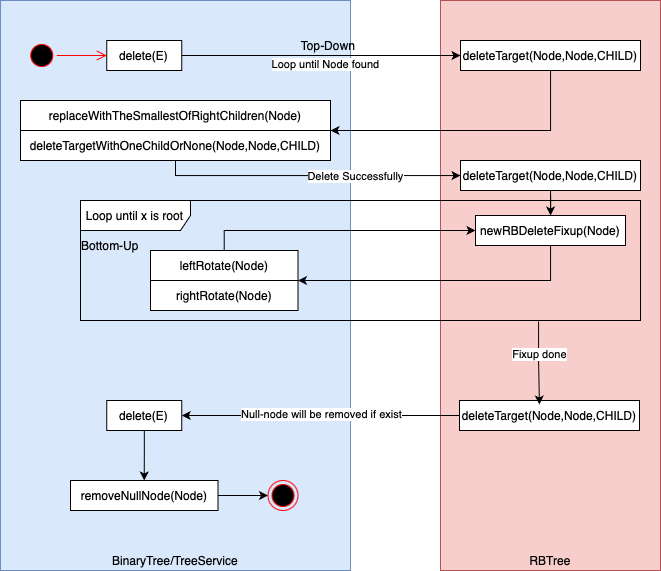
Before: Flow_Hierarcy_Diagram/BinaryTree-RBT-Delete.drawio.png, a diagram exported from draw.io (MusLead/BinaryTreeHSF). Source tidied: cells renumbered, new cells last; positions are measured from the earlier drawing's top-left corner, leaving out a move shared by most shapes.
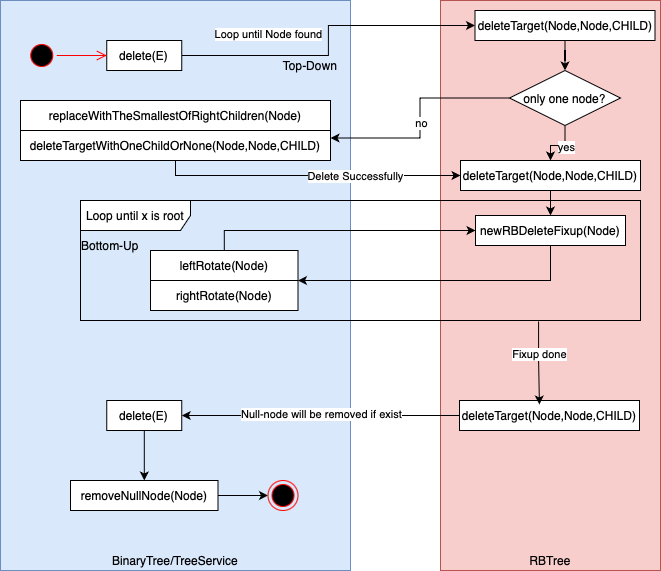
After the commit.

Commit message:
docs: add the map of the logic of the binary tree operations

Change to the diagram source:
```diff
@@ -13,7 +13,7 @@
     </mxCell>
     <mxCell id="5" value="Loop until Node found" style="edgeLabel;html=1;align=center;verticalAlign=middle;" parent="4" vertex="1">
       <mxGeometry x="0.06" y="-4" relative="1" as="geometry">
-        <mxPoint x="-5" y="4" as="offset" />
+        <mxPoint x="-64" y="4" as="offset" />
       </mxGeometry>
     </mxCell>
     <mxCell id="6" value="delete(E)" style="html=1;whiteSpace=wrap;" parent="1" vertex="1">
@@ -25,15 +25,11 @@
     <mxCell id="8" value="removeNullNode(Node)" style="html=1;whiteSpace=wrap;" parent="1" vertex="1">
       <mxGeometry x="70" y="480" width="147.5" height="30" as="geometry" />
     </mxCell>
-    <mxCell id="9" style="edgeStyle=orthogonalEdgeStyle;rounded=0;jettySize=auto;html=1;entryX=1;entryY=1;entryDx=0;entryDy=0;" parent="1" edge="1" source="10" target="12">
-      <mxGeometry relative="1" as="geometry">
-        <Array as="points">
-          <mxPoint x="550" y="130" />
-        </Array>
-      </mxGeometry>
-    </mxCell>
+    <mxCell id="37" style="edgeStyle=orthogonalEdgeStyle;rounded=0;jettySize=auto;html=1;" parent="1" edge="1" source="10" target="42">
+      <mxGeometry relative="1" as="geometry" />
+    </mxCell>
     <mxCell id="10" value="deleteTarget(Node,Node,CHILD)" style="html=1;whiteSpace=wrap;" parent="1" vertex="1">
-      <mxGeometry x="460" y="40" width="180" height="30" as="geometry" />
+      <mxGeometry x="474.5" y="10" width="180" height="30" as="geometry" />
     </mxCell>
     <mxCell id="11" style="group;" parent="1" vertex="1">
       <mxGeometry x="20" y="100" width="310" height="60" as="geometry" />
@@ -123,7 +119,24 @@
       <mxGeometry x="267.5" y="480" width="30" height="30" as="geometry" />
     </mxCell>
     <mxCell id="36" value="Top-Down" style="text;html=1;align=center;verticalAlign=middle;whiteSpace=wrap;rounded=0;" parent="1" vertex="1">
-      <mxGeometry x="297.5" y="30" width="60" height="30" as="geometry" />
+      <mxGeometry x="280" y="50" width="60" height="30" as="geometry" />
     </mxCell>
+    <mxCell id="38" style="edgeStyle=orthogonalEdgeStyle;rounded=0;jettySize=auto;html=1;entryX=1;entryY=0.25;entryDx=0;entryDy=0;" parent="1" edge="1" source="42" target="13">
+      <mxGeometry relative="1" as="geometry" />
+    </mxCell>
+    <mxCell id="39" value="no" style="edgeLabel;html=1;align=center;verticalAlign=middle;" parent="38" vertex="1">
+      <mxGeometry x="0.04" y="1" relative="1" as="geometry" />
+    </mxCell>
+    <mxCell id="40" style="edgeStyle=orthogonalEdgeStyle;rounded=0;jettySize=auto;html=1;" parent="1" edge="1" source="42" target="21">
+      <mxGeometry relative="1" as="geometry" />
+    </mxCell>
+    <mxCell id="41" value="yes" style="edgeLabel;html=1;align=center;verticalAlign=middle;" parent="40" vertex="1">
+      <mxGeometry x="-0.19" y="1" relative="1" as="geometry">
+        <mxPoint x="1" as="offset" />
+      </mxGeometry>
+    </mxCell>
+    <mxCell id="42" value="only one node?" style="rhombus;whiteSpace=wrap;html=1;" parent="1" vertex="1">
+      <mxGeometry x="509" y="70" width="111" height="55" as="geometry" />
+    </mxCell>
   </root>
 </mxGraphModel>
```
